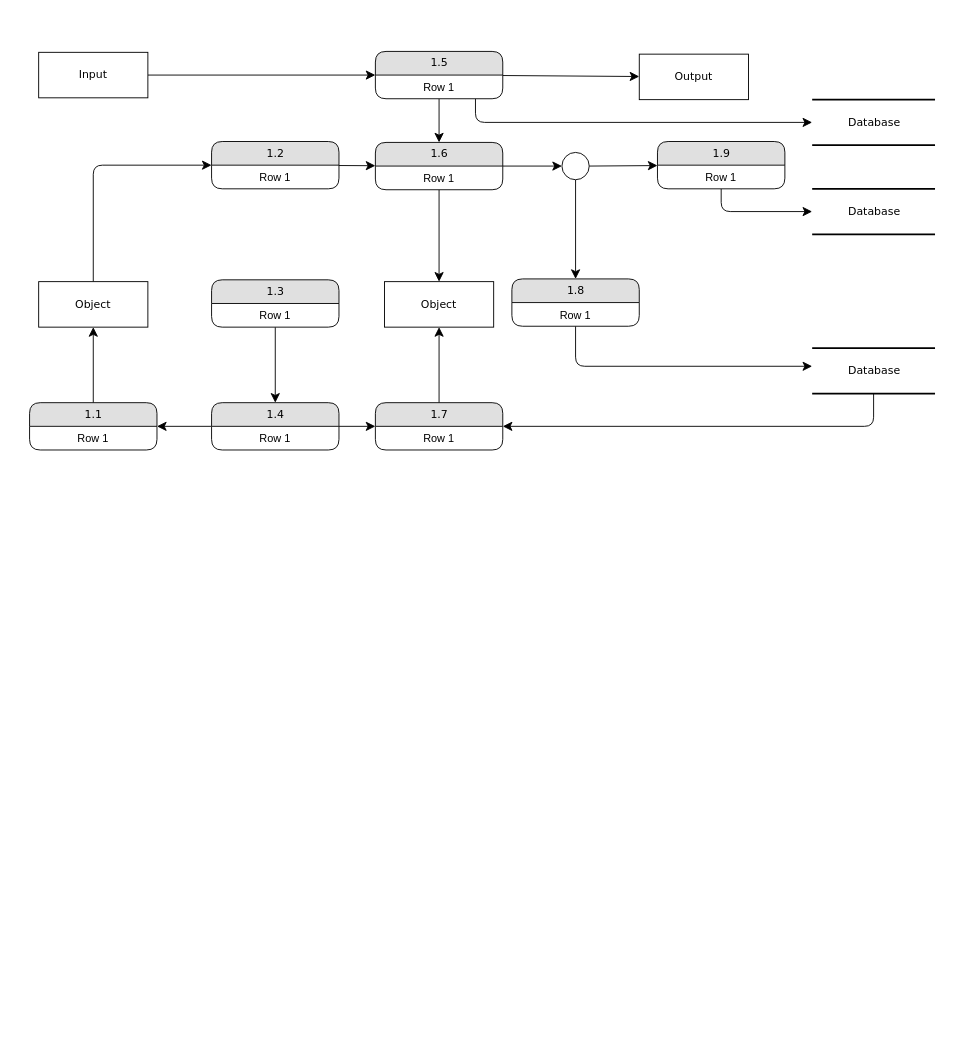
Above: Test.drawio in hoony84/diagrams (draw.io), before the change. Source tidied: cells renumbered, new cells numbered last; positions are measured from the earlier drawing's top-left corner, leaving out a move shared by most shapes. Both pictures are drawn from the tidied source at 91%, with x=0, y=0 at pixel (29, 51).
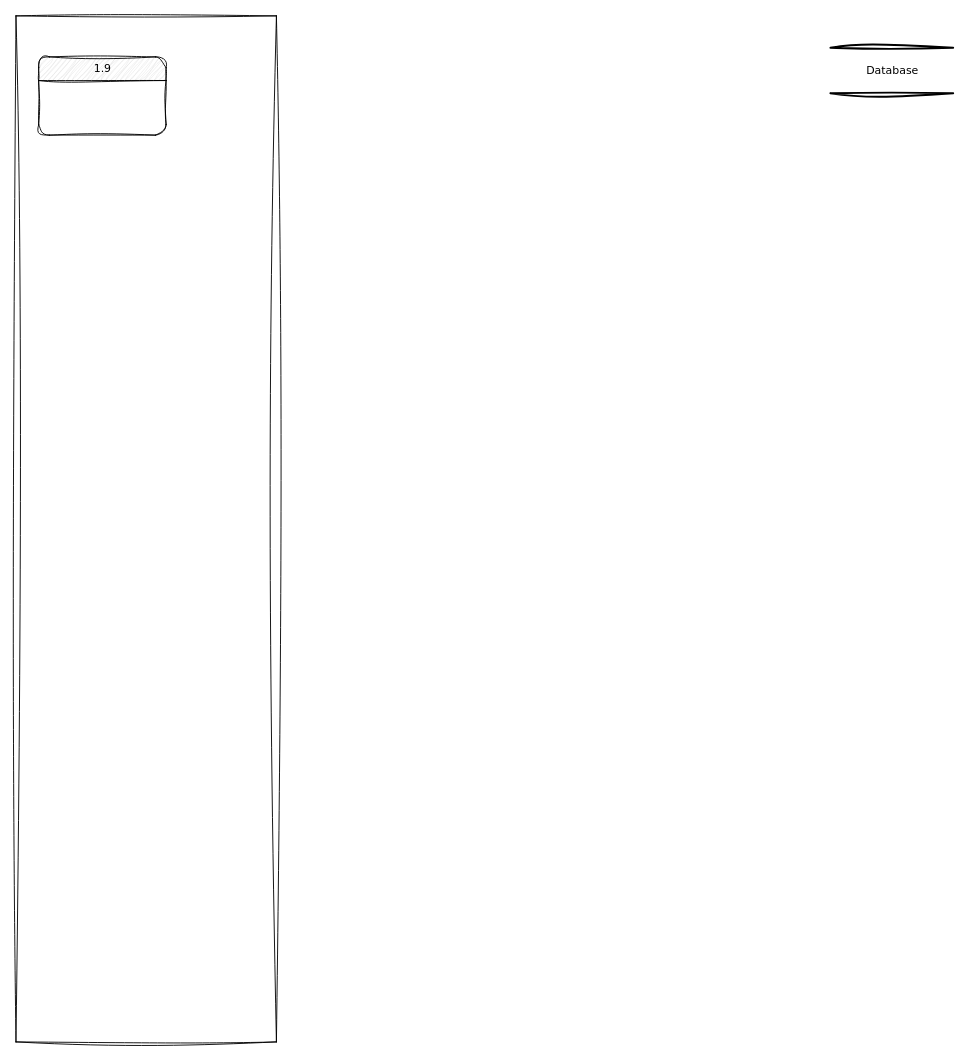
The same diagram, later.

What changed in the source:
```diff
@@
+    <mxCell id="46" style="whiteSpace=wrap;html=1;sketch=1;hachureGap=4;jiggle=2;curveFitting=1;fontFamily=Architects Daughter;direction=south;rotation=-90;" parent="1" vertex="1">
+      <mxGeometry x="-435.6" y="381.6" width="1127.5" height="286.2" as="geometry" />
+    </mxCell>
-    <mxCell id="2" value="Database" style="html=1;rounded=0;shadow=0;comic=0;labelBackgroundColor=none;strokeWidth=2;fontFamily=Verdana;fontSize=12;align=center;shape=mxgraph.ios7ui.horLines;" parent="1" vertex="1">
-      <mxGeometry x="860" y="53" width="135" height="50" as="geometry" />
+    <mxCell id="2" value="Database" style="html=1;rounded=0;shadow=0;comic=0;labelBackgroundColor=none;strokeWidth=2;fontFamily=Verdana;fontSize=12;align=center;shape=mxgraph.ios7ui.horLines;sketch=1;curveFitting=1;jiggle=2;" parent="1" vertex="1">
+      <mxGeometry x="880" y="-4" width="135" height="50" as="geometry" />
     </mxCell>
-    <mxCell id="3" value="Database" style="html=1;rounded=0;shadow=0;comic=0;labelBackgroundColor=none;strokeWidth=2;fontFamily=Verdana;fontSize=12;align=center;shape=mxgraph.ios7ui.horLines;" parent="1" vertex="1">
-      <mxGeometry x="860" y="151" width="135" height="50" as="geometry" />
-    </mxCell>
-    <mxCell id="4" value="Output" style="whiteSpace=wrap;html=1;rounded=0;shadow=0;comic=0;labelBackgroundColor=none;strokeWidth=1;fontFamily=Verdana;fontSize=12;align=center;" parent="1" vertex="1">
-      <mxGeometry x="670" y="3" width="120" height="50" as="geometry" />
-    </mxCell>
-    <mxCell id="5" style="edgeStyle=none;html=1;labelBackgroundColor=none;startFill=0;startSize=8;endFill=1;endSize=8;fontFamily=Verdana;fontSize=12;" parent="1" edge="1" source="6" target="10">
-      <mxGeometry relative="1" as="geometry" />
-    </mxCell>
-    <mxCell id="6" value="Input" style="whiteSpace=wrap;html=1;rounded=0;shadow=0;comic=0;labelBackgroundColor=none;strokeWidth=1;fontFamily=Verdana;fontSize=12;align=center;" parent="1" vertex="1">
-      <mxGeometry x="10" y="1" width="120" height="50" as="geometry" />
-    </mxCell>
-    <mxCell id="7" style="edgeStyle=none;html=1;labelBackgroundColor=none;startFill=0;startSize=8;endFill=1;endSize=8;fontFamily=Verdana;fontSize=12;" parent="1" edge="1" source="10" target="4">
-      <mxGeometry relative="1" as="geometry" />
-    </mxCell>
-    <mxCell id="8" style="edgeStyle=none;html=1;labelBackgroundColor=none;startFill=0;startSize=8;endFill=1;endSize=8;fontFamily=Verdana;fontSize=12;" parent="1" edge="1" source="10" target="16">
-      <mxGeometry relative="1" as="geometry" />
-    </mxCell>
-    <mxCell id="9" style="edgeStyle=orthogonalEdgeStyle;html=1;labelBackgroundColor=none;startFill=0;startSize=8;endFill=1;endSize=8;fontFamily=Verdana;fontSize=12;" parent="1" edge="1" source="10" target="2">
-      <mxGeometry relative="1" as="geometry">
-        <Array as="points">
-          <mxPoint x="490" y="78" />
-        </Array>
-      </mxGeometry>
-    </mxCell>
-    <mxCell id="10" value="1.5" style="swimlane;html=1;fontStyle=0;horizontal=1;startSize=26;fillColor=#e0e0e0;swimlaneFillColor=#ffffff;align=center;rounded=1;shadow=0;comic=0;labelBackgroundColor=none;strokeWidth=1;fontFamily=Verdana;fontSize=12;" parent="1" vertex="1">
-      <mxGeometry x="380" width="140" height="52" as="geometry" />
-    </mxCell>
-    <mxCell id="11" value="Row 1" style="text;html=1;strokeColor=none;fillColor=none;spacingLeft=4;spacingRight=4;whiteSpace=wrap;overflow=hidden;align=center;" parent="10" vertex="1">
-      <mxGeometry y="26" width="140" height="26" as="geometry" />
-    </mxCell>
-    <mxCell id="12" style="edgeStyle=orthogonalEdgeStyle;html=1;labelBackgroundColor=none;startFill=0;startSize=8;endFill=1;endSize=8;fontFamily=Verdana;fontSize=12;" parent="1" edge="1" source="13" target="38">
-      <mxGeometry relative="1" as="geometry">
-        <Array as="points">
-          <mxPoint x="928" y="412" />
-        </Array>
-      </mxGeometry>
-    </mxCell>
-    <mxCell id="13" value="Database" style="html=1;rounded=0;shadow=0;comic=0;labelBackgroundColor=none;strokeWidth=2;fontFamily=Verdana;fontSize=12;align=center;shape=mxgraph.ios7ui.horLines;" parent="1" vertex="1">
-      <mxGeometry x="860" y="326" width="135" height="50" as="geometry" />
-    </mxCell>
-    <mxCell id="14" style="edgeStyle=none;html=1;labelBackgroundColor=none;startFill=0;startSize=8;endFill=1;endSize=8;fontFamily=Verdana;fontSize=12;" parent="1" edge="1" source="16" target="45">
-      <mxGeometry relative="1" as="geometry" />
-    </mxCell>
-    <mxCell id="15" style="edgeStyle=none;html=1;labelBackgroundColor=none;startFill=0;startSize=8;endFill=1;endSize=8;fontFamily=Verdana;fontSize=12;" parent="1" edge="1" source="16" target="42">
-      <mxGeometry relative="1" as="geometry" />
-    </mxCell>
-    <mxCell id="16" value="1.6" style="swimlane;html=1;fontStyle=0;horizontal=1;startSize=26;fillColor=#e0e0e0;swimlaneFillColor=#ffffff;align=center;rounded=1;shadow=0;comic=0;labelBackgroundColor=none;strokeWidth=1;fontFamily=Verdana;fontSize=12;" parent="1" vertex="1">
-      <mxGeometry x="380" y="100" width="140" height="52" as="geometry" />
-    </mxCell>
-    <mxCell id="17" value="Row 1" style="text;html=1;strokeColor=none;fillColor=none;spacingLeft=4;spacingRight=4;whiteSpace=wrap;overflow=hidden;align=center;" parent="16" vertex="1">
-      <mxGeometry y="26" width="140" height="26" as="geometry" />
-    </mxCell>
-    <mxCell id="18" style="edgeStyle=none;html=1;labelBackgroundColor=none;startFill=0;startSize=8;endFill=1;endSize=8;fontFamily=Verdana;fontSize=12;" parent="1" edge="1" source="19" target="16">
-      <mxGeometry relative="1" as="geometry" />
-    </mxCell>
-    <mxCell id="19" value="1.2" style="swimlane;html=1;fontStyle=0;horizontal=1;startSize=26;fillColor=#e0e0e0;swimlaneFillColor=#ffffff;align=center;rounded=1;shadow=0;comic=0;labelBackgroundColor=none;strokeWidth=1;fontFamily=Verdana;fontSize=12;" parent="1" vertex="1">
-      <mxGeometry x="200" y="99" width="140" height="52" as="geometry" />
-    </mxCell>
-    <mxCell id="20" value="Row 1" style="text;html=1;strokeColor=none;fillColor=none;spacingLeft=4;spacingRight=4;whiteSpace=wrap;overflow=hidden;align=center;" parent="19" vertex="1">
-      <mxGeometry y="26" width="140" height="26" as="geometry" />
-    </mxCell>
-    <mxCell id="21" style="edgeStyle=orthogonalEdgeStyle;html=1;labelBackgroundColor=none;startFill=0;startSize=8;endFill=1;endSize=8;fontFamily=Verdana;fontSize=12;" parent="1" edge="1" source="22" target="3">
-      <mxGeometry relative="1" as="geometry">
-        <Array as="points">
-          <mxPoint x="760" y="176" />
-        </Array>
-      </mxGeometry>
-    </mxCell>
-    <mxCell id="22" value="1.9" style="swimlane;html=1;fontStyle=0;horizontal=1;startSize=26;fillColor=#e0e0e0;swimlaneFillColor=#ffffff;align=center;rounded=1;shadow=0;comic=0;labelBackgroundColor=none;strokeWidth=1;fontFamily=Verdana;fontSize=12;" parent="1" vertex="1">
-      <mxGeometry x="690" y="99" width="140" height="52" as="geometry" />
+    <mxCell id="22" value="1.9" style="swimlane;html=1;fontStyle=0;horizontal=1;startSize=26;fillColor=#e0e0e0;swimlaneFillColor=#ffffff;align=center;rounded=1;shadow=0;comic=0;labelBackgroundColor=none;strokeWidth=1;fontFamily=Verdana;fontSize=12;sketch=1;curveFitting=1;jiggle=2;" parent="1" vertex="1">
+      <mxGeometry x="10" y="6" width="140" height="86" as="geometry" />
     </mxCell>
-    <mxCell id="23" value="Row 1" style="text;html=1;strokeColor=none;fillColor=none;spacingLeft=4;spacingRight=4;whiteSpace=wrap;overflow=hidden;align=center;" parent="22" vertex="1">
-      <mxGeometry y="26" width="140" height="26" as="geometry" />
-    </mxCell>
-    <mxCell id="24" style="edgeStyle=none;html=1;labelBackgroundColor=none;startFill=0;startSize=8;endFill=1;endSize=8;fontFamily=Verdana;fontSize=12;" parent="1" edge="1" source="25" target="35">
-      <mxGeometry relative="1" as="geometry" />
-    </mxCell>
-    <mxCell id="25" value="1.3" style="swimlane;html=1;fontStyle=0;horizontal=1;startSize=26;fillColor=#e0e0e0;swimlaneFillColor=#ffffff;align=center;rounded=1;shadow=0;comic=0;labelBackgroundColor=none;strokeWidth=1;fontFamily=Verdana;fontSize=12;" parent="1" vertex="1">
-      <mxGeometry x="200" y="251" width="140" height="52" as="geometry" />
-    </mxCell>
-    <mxCell id="26" value="Row 1" style="text;html=1;strokeColor=none;fillColor=none;spacingLeft=4;spacingRight=4;whiteSpace=wrap;overflow=hidden;align=center;" parent="25" vertex="1">
-      <mxGeometry y="26" width="140" height="26" as="geometry" />
-    </mxCell>
-    <mxCell id="27" style="edgeStyle=orthogonalEdgeStyle;html=1;labelBackgroundColor=none;startFill=0;startSize=8;endFill=1;endSize=8;fontFamily=Verdana;fontSize=12;" parent="1" edge="1" source="28" target="13">
-      <mxGeometry relative="1" as="geometry">
-        <Array as="points">
-          <mxPoint x="600" y="346" />
-        </Array>
-      </mxGeometry>
-    </mxCell>
-    <mxCell id="28" value="1.8" style="swimlane;html=1;fontStyle=0;horizontal=1;startSize=26;fillColor=#e0e0e0;swimlaneFillColor=#ffffff;align=center;rounded=1;shadow=0;comic=0;labelBackgroundColor=none;strokeWidth=1;fontFamily=Verdana;fontSize=12;" parent="1" vertex="1">
-      <mxGeometry x="530" y="250" width="140" height="52" as="geometry" />
-    </mxCell>
-    <mxCell id="29" value="Row 1" style="text;html=1;strokeColor=none;fillColor=none;spacingLeft=4;spacingRight=4;whiteSpace=wrap;overflow=hidden;align=center;" parent="28" vertex="1">
-      <mxGeometry y="26" width="140" height="26" as="geometry" />
-    </mxCell>
-    <mxCell id="30" style="edgeStyle=none;html=1;labelBackgroundColor=none;startFill=0;startSize=8;endFill=1;endSize=8;fontFamily=Verdana;fontSize=12;" parent="1" edge="1" source="31" target="41">
-      <mxGeometry relative="1" as="geometry" />
-    </mxCell>
-    <mxCell id="31" value="1.1" style="swimlane;html=1;fontStyle=0;horizontal=1;startSize=26;fillColor=#e0e0e0;swimlaneFillColor=#ffffff;align=center;rounded=1;shadow=0;comic=0;labelBackgroundColor=none;strokeWidth=1;fontFamily=Verdana;fontSize=12;" parent="1" vertex="1">
-      <mxGeometry y="386" width="140" height="52" as="geometry" />
-    </mxCell>
-    <mxCell id="32" value="Row 1" style="text;html=1;strokeColor=none;fillColor=none;spacingLeft=4;spacingRight=4;whiteSpace=wrap;overflow=hidden;align=center;" parent="31" vertex="1">
-      <mxGeometry y="26" width="140" height="26" as="geometry" />
-    </mxCell>
-    <mxCell id="33" style="edgeStyle=none;html=1;labelBackgroundColor=none;startFill=0;startSize=8;endFill=1;endSize=8;fontFamily=Verdana;fontSize=12;" parent="1" edge="1" source="35" target="38">
-      <mxGeometry relative="1" as="geometry" />
-    </mxCell>
-    <mxCell id="34" style="edgeStyle=none;html=1;labelBackgroundColor=none;startFill=0;startSize=8;endFill=1;endSize=8;fontFamily=Verdana;fontSize=12;" parent="1" edge="1" source="35" target="31">
-      <mxGeometry relative="1" as="geometry" />
-    </mxCell>
-    <mxCell id="35" value="1.4" style="swimlane;html=1;fontStyle=0;horizontal=1;startSize=26;fillColor=#e0e0e0;swimlaneFillColor=#ffffff;align=center;rounded=1;shadow=0;comic=0;labelBackgroundColor=none;strokeWidth=1;fontFamily=Verdana;fontSize=12;" parent="1" vertex="1">
-      <mxGeometry x="200" y="386" width="140" height="52" as="geometry" />
-    </mxCell>
-    <mxCell id="36" value="Row 1" style="text;html=1;strokeColor=none;fillColor=none;spacingLeft=4;spacingRight=4;whiteSpace=wrap;overflow=hidden;align=center;" parent="35" vertex="1">
-      <mxGeometry y="26" width="140" height="26" as="geometry" />
-    </mxCell>
-    <mxCell id="37" style="edgeStyle=none;html=1;labelBackgroundColor=none;startFill=0;startSize=8;endFill=1;endSize=8;fontFamily=Verdana;fontSize=12;" parent="1" edge="1" source="38" target="42">
-      <mxGeometry relative="1" as="geometry" />
-    </mxCell>
-    <mxCell id="38" value="1.7" style="swimlane;html=1;fontStyle=0;horizontal=1;startSize=26;fillColor=#e0e0e0;swimlaneFillColor=#ffffff;align=center;rounded=1;shadow=0;comic=0;labelBackgroundColor=none;strokeWidth=1;fontFamily=Verdana;fontSize=12;" parent="1" vertex="1">
-      <mxGeometry x="380" y="386" width="140" height="52" as="geometry" />
-    </mxCell>
-    <mxCell id="39" value="Row 1" style="text;html=1;strokeColor=none;fillColor=none;spacingLeft=4;spacingRight=4;whiteSpace=wrap;overflow=hidden;align=center;" parent="38" vertex="1">
-      <mxGeometry y="26" width="140" height="26" as="geometry" />
-    </mxCell>
-    <mxCell id="40" style="edgeStyle=orthogonalEdgeStyle;html=1;labelBackgroundColor=none;startFill=0;startSize=8;endFill=1;endSize=8;fontFamily=Verdana;fontSize=12;" parent="1" edge="1" source="41" target="19">
-      <mxGeometry relative="1" as="geometry">
-        <Array as="points">
-          <mxPoint x="70" y="125" />
-        </Array>
-      </mxGeometry>
-    </mxCell>
-    <mxCell id="41" value="Object" style="whiteSpace=wrap;html=1;rounded=0;shadow=0;comic=0;labelBackgroundColor=none;strokeWidth=1;fontFamily=Verdana;fontSize=12;align=center;" parent="1" vertex="1">
-      <mxGeometry x="10" y="253" width="120" height="50" as="geometry" />
-    </mxCell>
-    <mxCell id="42" value="Object" style="whiteSpace=wrap;html=1;rounded=0;shadow=0;comic=0;labelBackgroundColor=none;strokeWidth=1;fontFamily=Verdana;fontSize=12;align=center;" parent="1" vertex="1">
-      <mxGeometry x="390" y="253" width="120" height="50" as="geometry" />
-    </mxCell>
-    <mxCell id="43" style="edgeStyle=none;html=1;labelBackgroundColor=none;startFill=0;startSize=8;endFill=1;endSize=8;fontFamily=Verdana;fontSize=12;" parent="1" edge="1" source="45" target="28">
-      <mxGeometry relative="1" as="geometry" />
-    </mxCell>
-    <mxCell id="44" style="edgeStyle=none;html=1;labelBackgroundColor=none;startFill=0;startSize=8;endFill=1;endSize=8;fontFamily=Verdana;fontSize=12;" parent="1" edge="1" source="45" target="22">
-      <mxGeometry relative="1" as="geometry" />
-    </mxCell>
-    <mxCell id="45" style="ellipse;whiteSpace=wrap;html=1;rounded=1;shadow=0;comic=0;labelBackgroundColor=none;strokeWidth=1;fontFamily=Verdana;fontSize=12;align=center;" parent="1" vertex="1">
-      <mxGeometry x="585" y="111" width="30" height="30" as="geometry" />
-    </mxCell>
```
